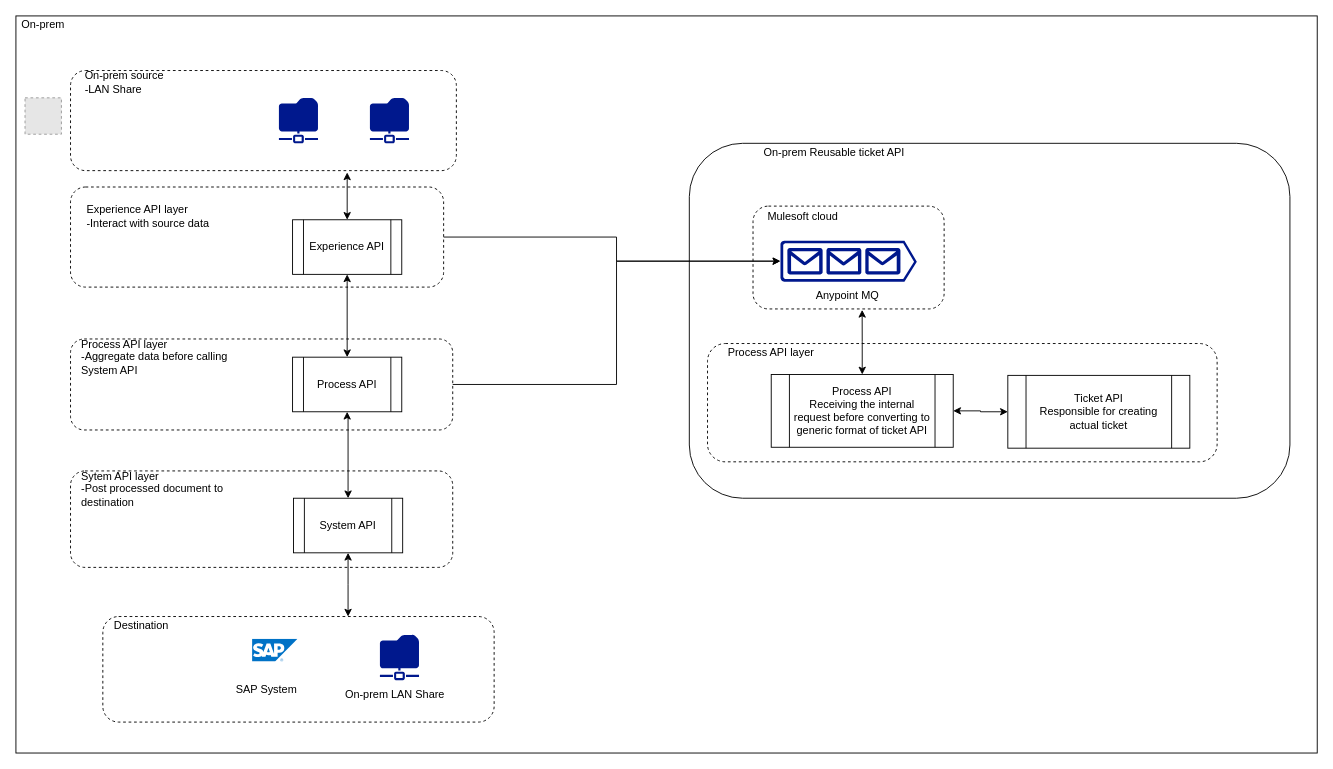
Before: page "Pattern_1" (2 of 4) of Untitled Diagram.drawio in Jaktip/jty-fn, a draw.io diagram. Source tidied: cells renumbered, new cells numbered last; positions are measured from the earlier drawing's top-left corner, leaving out a move shared by most shapes. Both pictures are drawn from the tidied source at 91%, with x=0, y=0 at pixel (15, 15). Pictures stored in the file or linked from it are replaced by grey dashed boxes.
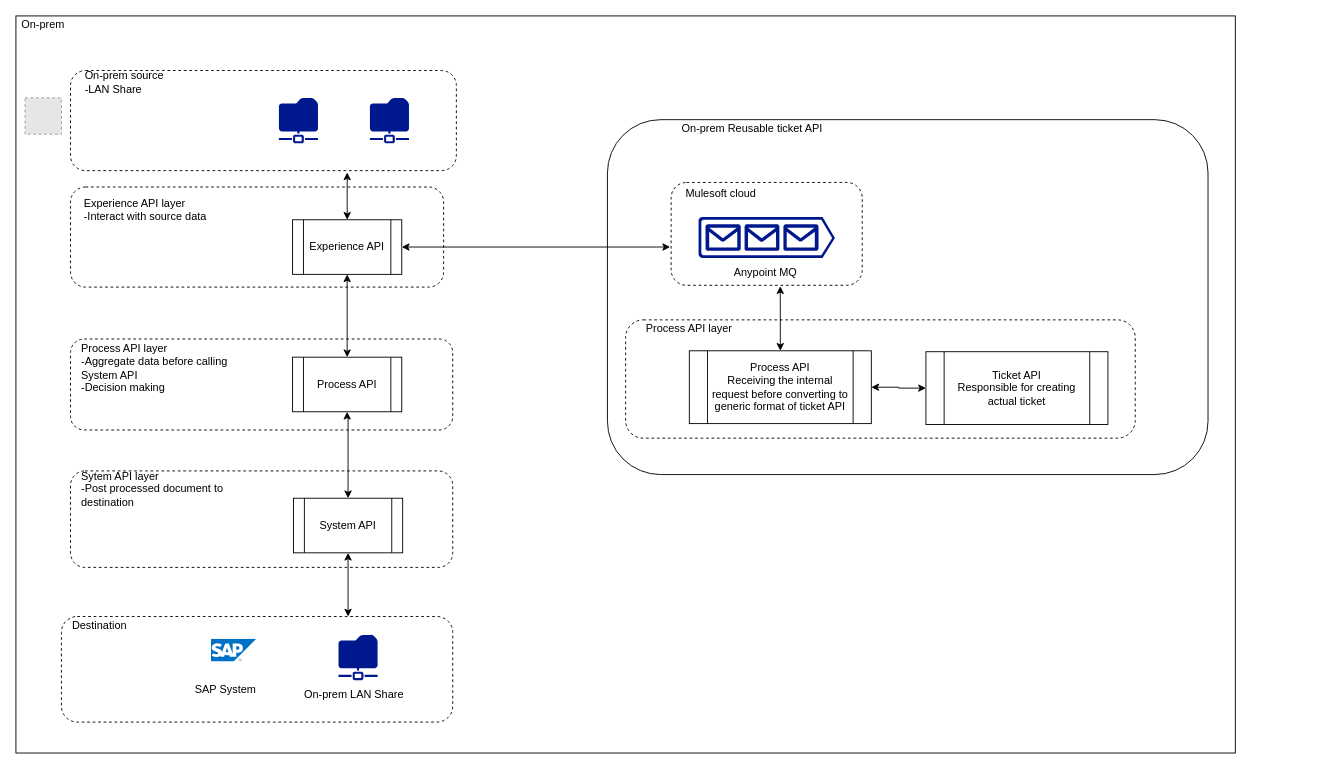
The same page after the edit.

The change refers to these unchanged cells:
```xml
<mxCell id="6" style="rounded=1;whiteSpace=wrap;html=1;dashed=1;fillColor=none;" parent="1" vertex="1">
  <mxGeometry x="60" y="188" width="410" height="110" as="geometry" />
</mxCell>
<mxCell id="10" style="rounded=1;whiteSpace=wrap;html=1;dashed=1;fillColor=none;" parent="1" vertex="1">
  <mxGeometry x="60" y="355" width="420" height="100" as="geometry" />
</mxCell>
<mxCell id="16" value="Experience API" style="shape=process;whiteSpace=wrap;html=1;backgroundOutline=1;" parent="1" vertex="1">
  <mxGeometry x="304" y="224" width="120" height="60" as="geometry" />
</mxCell>
```

Diff of the diagram source:
```diff
@@
     <mxCell id="2" style="rounded=1;whiteSpace=wrap;html=1;fillColor=none;dashed=1;" parent="1" vertex="1">
-      <mxGeometry x="95.5" y="660" width="430" height="116" as="geometry" />
+      <mxGeometry x="50" y="660" width="430" height="116" as="geometry" />
     </mxCell>
     <mxCell id="3" style="rounded=0;whiteSpace=wrap;html=1;fillColor=none;" parent="1" vertex="1">
-      <mxGeometry width="1430" height="810" as="geometry" />
+      <mxGeometry width="1340" height="810" as="geometry" />
     </mxCell>
     <mxCell id="4" style="rounded=1;whiteSpace=wrap;html=1;fillColor=none;" parent="1" vertex="1">
-      <mxGeometry x="740" y="140" width="660" height="390" as="geometry" />
+      <mxGeometry x="650" y="114" width="660" height="390" as="geometry" />
     </mxCell>
     <mxCell id="5" style="rounded=1;whiteSpace=wrap;html=1;dashed=1;fillColor=none;" parent="1" vertex="1">
-      <mxGeometry x="760" y="360" width="560" height="130" as="geometry" />
+      <mxGeometry x="670" y="334" width="560" height="130" as="geometry" />
     </mxCell>
@@
-    <mxCell id="9" style="edgeStyle=orthogonalEdgeStyle;rounded=0;jettySize=auto;html=1;exitX=1;exitY=0.5;exitDx=0;exitDy=0;entryX=0;entryY=0.5;entryDx=0;entryDy=0;entryPerimeter=0;startArrow=none;startFill=0;endArrow=classic;endFill=1;" parent="1" edge="1" source="10" target="38">
-      <mxGeometry relative="1" as="geometry" />
-    </mxCell>
@@
-    <mxCell id="14" style="edgeStyle=orthogonalEdgeStyle;rounded=0;jettySize=auto;html=1;entryX=0;entryY=0.5;entryDx=0;entryDy=0;entryPerimeter=0;startArrow=none;startFill=0;exitX=1;exitY=0.5;exitDx=0;exitDy=0;" parent="1" edge="1" source="6" target="38">
-      <mxGeometry relative="1" as="geometry">
-        <Array as="points">
-          <mxPoint x="660" y="243" />
-          <mxPoint x="660" y="270" />
-        </Array>
-      </mxGeometry>
-    </mxCell>
@@
+    <mxCell id="42" style="edgeStyle=orthogonalEdgeStyle;rounded=0;jettySize=auto;html=1;entryX=-0.005;entryY=0.628;entryDx=0;entryDy=0;entryPerimeter=0;startArrow=classic;startFill=1;endArrow=classic;endFill=1;" parent="1" edge="1" source="16" target="36">
+      <mxGeometry relative="1" as="geometry" />
+    </mxCell>
@@
     <mxCell id="19" value="Experience API layer&lt;br&gt;-Interact with source data" style="text;html=1;strokeColor=none;fillColor=none;align=left;verticalAlign=middle;whiteSpace=wrap;rounded=0;" parent="1" vertex="1">
-      <mxGeometry x="75.5" y="200" width="150" height="40" as="geometry" />
+      <mxGeometry x="72.5" y="193" width="150" height="40" as="geometry" />
     </mxCell>
-    <mxCell id="20" value="Process API layer&lt;br&gt;-Aggregate data before calling System API&amp;nbsp;" style="text;html=1;strokeColor=none;fillColor=none;align=left;verticalAlign=middle;whiteSpace=wrap;rounded=0;" parent="1" vertex="1">
-      <mxGeometry x="70" y="355" width="170" height="40" as="geometry" />
+    <mxCell id="20" value="Process API layer&lt;br&gt;-Aggregate data before calling System API&lt;br&gt;-Decision making&amp;nbsp;" style="text;html=1;strokeColor=none;fillColor=none;align=left;verticalAlign=middle;whiteSpace=wrap;rounded=0;" parent="1" vertex="1">
+      <mxGeometry x="70" y="367" width="170" height="40" as="geometry" />
     </mxCell>
@@
     <mxCell id="24" style="shadow=0;dashed=0;html=1;strokeColor=none;labelPosition=center;verticalLabelPosition=bottom;verticalAlign=top;align=center;fillColor=#00188D;shape=mxgraph.mscae.enterprise.shared_folder;" parent="1" vertex="1">
-      <mxGeometry x="400" y="680" width="43" height="50" as="geometry" />
+      <mxGeometry x="354.5" y="680" width="43" height="50" as="geometry" />
     </mxCell>
     <mxCell id="25" value="On-prem LAN Share" style="text;html=1;strokeColor=none;fillColor=none;align=left;verticalAlign=middle;whiteSpace=wrap;rounded=0;" parent="1" vertex="1">
-      <mxGeometry x="360" y="736" width="140" height="20" as="geometry" />
+      <mxGeometry x="314.5" y="736" width="140" height="20" as="geometry" />
     </mxCell>
     <mxCell id="26" style="html=1;align=center;image;fontSize=12;image=img/lib/mscae/SAP_HANA_on_Azure.svg;rounded=1;dashed=1;fillColor=none;" parent="1" vertex="1">
-      <mxGeometry x="260" y="685" width="50" height="25" as="geometry" />
+      <mxGeometry x="214.5" y="685" width="50" height="25" as="geometry" />
     </mxCell>
     <mxCell id="27" value="SAP System" style="text;html=1;strokeColor=none;fillColor=none;align=left;verticalAlign=middle;whiteSpace=wrap;rounded=0;" parent="1" vertex="1">
-      <mxGeometry x="240" y="731" width="140" height="20" as="geometry" />
+      <mxGeometry x="194.5" y="731" width="140" height="20" as="geometry" />
     </mxCell>
@@
     <mxCell id="31" value="Process API&lt;br&gt;Receiving the internal request before converting to generic format of ticket API" style="shape=process;whiteSpace=wrap;html=1;backgroundOutline=1;align=center;" parent="1" vertex="1">
-      <mxGeometry x="830" y="394" width="200" height="80" as="geometry" />
+      <mxGeometry x="740" y="368" width="200" height="80" as="geometry" />
     </mxCell>
     <mxCell id="32" value="On-prem Reusable ticket API" style="text;html=1;strokeColor=none;fillColor=none;align=left;verticalAlign=middle;whiteSpace=wrap;rounded=0;dashed=1;" parent="1" vertex="1">
-      <mxGeometry x="820" y="140" width="170" height="20" as="geometry" />
+      <mxGeometry x="730" y="114" width="170" height="20" as="geometry" />
     </mxCell>
     <mxCell id="33" value="Process API layer" style="text;html=1;strokeColor=none;fillColor=none;align=center;verticalAlign=middle;whiteSpace=wrap;rounded=0;" parent="1" vertex="1">
-      <mxGeometry x="760" y="360" width="140" height="20" as="geometry" />
+      <mxGeometry x="670" y="334" width="140" height="20" as="geometry" />
     </mxCell>
     <mxCell id="34" value="Ticket API&lt;br&gt;Responsible for creating actual ticket" style="shape=process;whiteSpace=wrap;html=1;backgroundOutline=1;align=center;" parent="1" vertex="1">
-      <mxGeometry x="1090" y="395" width="200" height="80" as="geometry" />
+      <mxGeometry x="1000" y="369" width="200" height="80" as="geometry" />
     </mxCell>
@@
     <mxCell id="36" style="rounded=1;whiteSpace=wrap;html=1;dashed=1;fillColor=none;" parent="1" vertex="1">
-      <mxGeometry x="810" y="209" width="210" height="113" as="geometry" />
+      <mxGeometry x="720" y="183" width="210" height="113" as="geometry" />
     </mxCell>
     <mxCell id="37" value="Anypoint MQ" style="text;html=1;strokeColor=none;fillColor=none;align=center;verticalAlign=middle;whiteSpace=wrap;rounded=0;" parent="1" vertex="1">
-      <mxGeometry x="869" y="298" width="90" height="20" as="geometry" />
+      <mxGeometry x="779" y="272" width="90" height="20" as="geometry" />
     </mxCell>
     <mxCell id="38" style="shadow=0;dashed=0;html=1;strokeColor=none;labelPosition=center;verticalLabelPosition=bottom;verticalAlign=top;align=center;fillColor=#00188D;shape=mxgraph.azure.queue_generic;rounded=1;" parent="1" vertex="1">
-      <mxGeometry x="840" y="247" width="150" height="45" as="geometry" />
+      <mxGeometry x="750" y="221" width="150" height="45" as="geometry" />
     </mxCell>
     <mxCell id="39" value="Mulesoft cloud" style="text;html=1;strokeColor=none;fillColor=none;align=center;verticalAlign=middle;whiteSpace=wrap;rounded=0;" parent="1" vertex="1">
-      <mxGeometry x="820" y="211" width="90" height="20" as="geometry" />
+      <mxGeometry x="730" y="185" width="90" height="20" as="geometry" />
     </mxCell>
     <mxCell id="40" value="Destination" style="text;html=1;strokeColor=none;fillColor=none;align=left;verticalAlign=middle;whiteSpace=wrap;rounded=0;" parent="1" vertex="1">
-      <mxGeometry x="105.5" y="660" width="140" height="20" as="geometry" />
+      <mxGeometry x="60" y="660" width="140" height="20" as="geometry" />
     </mxCell>
```
